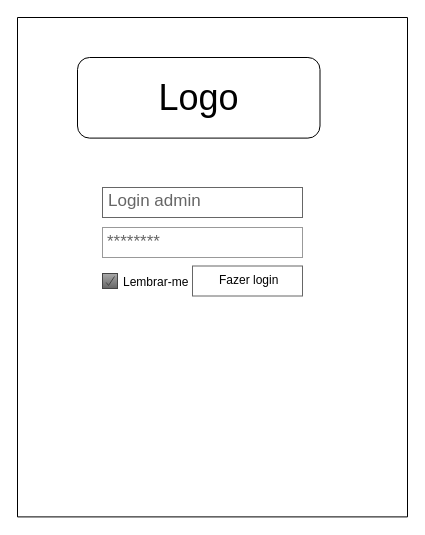
This is page "9.1 Admin Login" (21 of 22) of wireframe.drawio from pdaambrosio/dh_group_5, a draw.io file, before an edit. Source tidied: cells renumbered, new cells numbered last; positions are measured from the earlier drawing's top-left corner, leaving out a move shared by most shapes. Both pictures are drawn from the tidied source at 100%, with x=0, y=0 at pixel (17, 17).
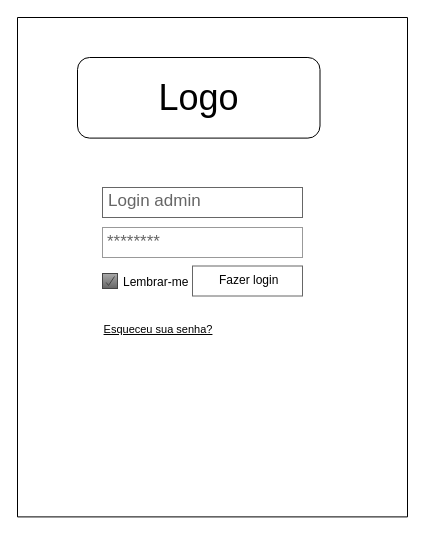
After the change.

Commit message:
Login admin

Change to the diagram source:
```diff
@@
 <mxGraphModel>
   <root>
     <mxCell id="0" />
     <mxCell id="1" parent="0" />
     <mxCell id="2" style="verticalLabelPosition=bottom;verticalAlign=top;html=1;shape=mxgraph.basic.rect;fillColor2=none;strokeWidth=1;size=20;indent=5;labelBackgroundColor=#FFFFFF;fontSize=19;align=left;" parent="1" vertex="1">
       <mxGeometry width="390" height="499.4" as="geometry" />
     </mxCell>
     <mxCell id="3" value="********" style="strokeWidth=1;shadow=0;dashed=0;align=center;html=1;shape=mxgraph.mockup.forms.pwField;strokeColor=#999999;mainText=;align=left;fontColor=#666666;fontSize=17;spacingLeft=3;" parent="1" vertex="1">
       <mxGeometry x="85" y="210" width="200" height="30" as="geometry" />
     </mxCell>
     <mxCell id="4" value="Login admin" style="strokeWidth=1;shadow=0;dashed=0;align=center;html=1;shape=mxgraph.mockup.text.textBox;fontColor=#666666;align=left;fontSize=17;spacingLeft=4;spacingTop=-3;strokeColor=#666666;mainText=;" parent="1" vertex="1">
       <mxGeometry x="85" y="170" width="200" height="30" as="geometry" />
     </mxCell>
     <mxCell id="5" value="&lt;font style=&quot;font-size: 36px&quot;&gt;Logo&lt;/font&gt;" style="rounded=1;whiteSpace=wrap;html=1;" parent="1" vertex="1">
       <mxGeometry x="60" y="40" width="242.5" height="80.6" as="geometry" />
     </mxCell>
     <mxCell id="6" value="&lt;font style=&quot;font-size: 12px&quot;&gt;Lembrar-me&lt;/font&gt;" style="strokeWidth=1;shadow=0;dashed=0;align=center;html=1;shape=mxgraph.mockup.forms.checkbox;rSize=0;fillColor=#aaaaaa;strokeColor=#444444;gradientColor=#666666;align=left;spacingLeft=4;fontSize=17;labelPosition=right;" parent="1" vertex="1">
       <mxGeometry x="85" y="256" width="15" height="15" as="geometry" />
     </mxCell>
     <mxCell id="7" value="&lt;font style=&quot;font-size: 12px&quot;&gt;Fazer login&lt;/font&gt;" style="strokeWidth=1;shadow=0;dashed=0;align=center;html=1;shape=mxgraph.mockup.text.textBox;align=left;fontSize=17;spacingLeft=25;spacingTop=-3;strokeColor=#666666;mainText=;" parent="1" vertex="1">
       <mxGeometry x="175" y="248.5" width="110" height="30" as="geometry" />
     </mxCell>
+    <mxCell id="8" value="&lt;font style=&quot;font-size: 11px&quot;&gt;Esqueceu sua senha?&lt;/font&gt;" style="text;html=1;strokeColor=none;fillColor=none;align=center;verticalAlign=middle;whiteSpace=wrap;rounded=0;labelBackgroundColor=#FFFFFF;fontSize=15;fontColor=#000000;fontStyle=4;" parent="1" vertex="1">
+      <mxGeometry x="60" y="300" width="162" height="20" as="geometry" />
+    </mxCell>
   </root>
 </mxGraphModel>
```
